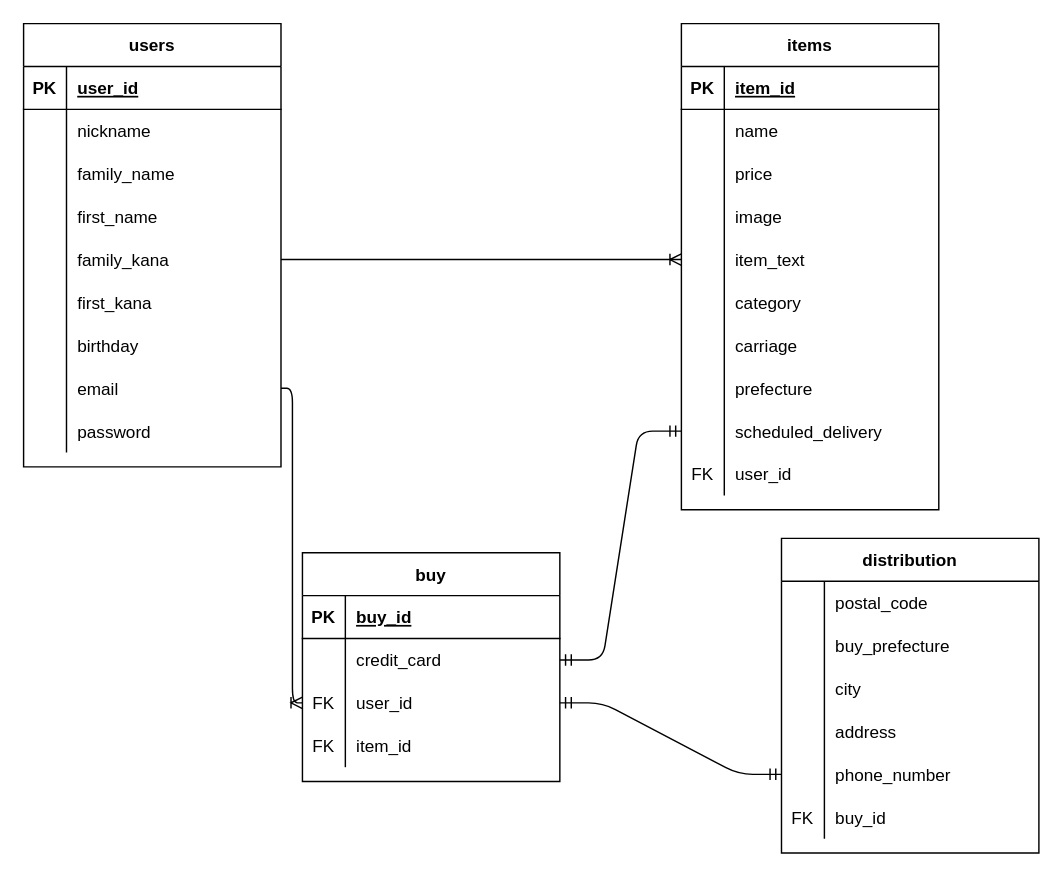
Before: ER.dio in oda2020-oiso/furima-33049, a draw.io diagram. Source tidied: cells renumbered, new cells numbered last; positions are measured from the earlier drawing's top-left corner, leaving out a move shared by most shapes. Both pictures are drawn from the tidied source at 143%, with x=0, y=0 at pixel (23, 23).
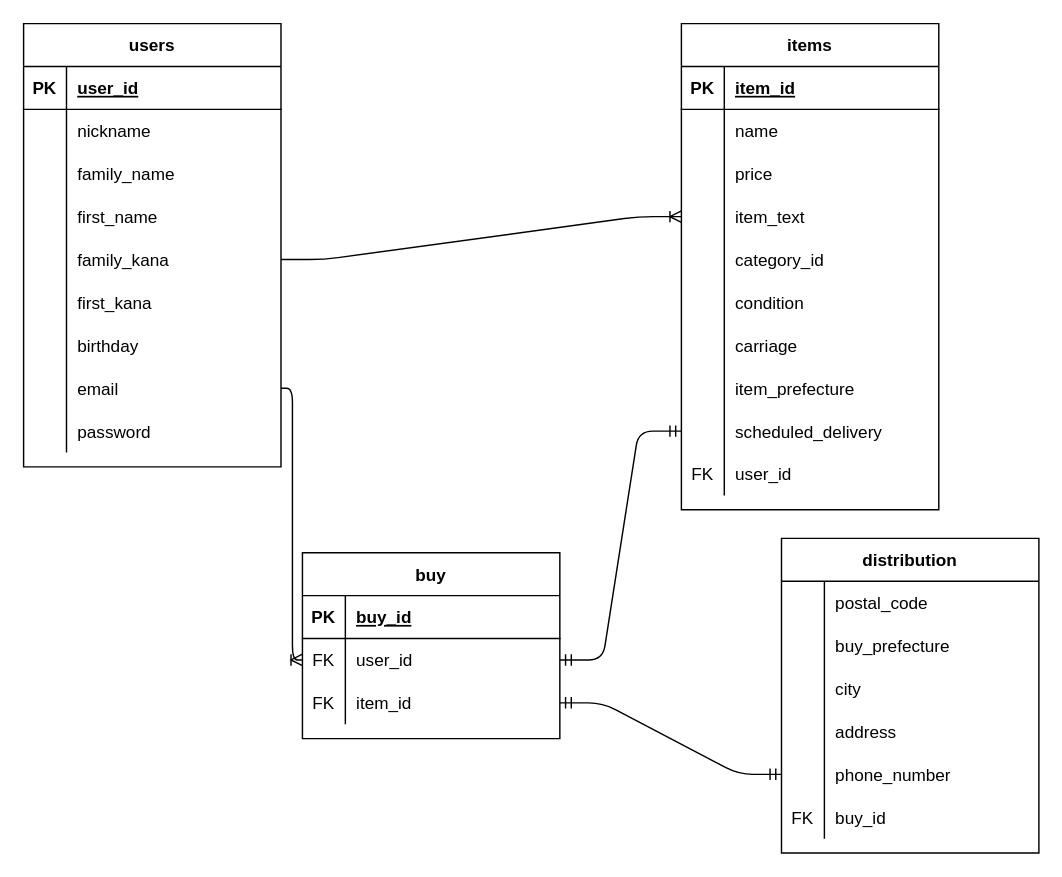
After the change.

Commit message (it also covers changes not shown here):
データベース設計修正

Unchanged cells that the change refers to:
```xml
<mxCell id="30" value="items" style="shape=table;startSize=30;childLayout=tableLayout;rowLines=0;fontStyle=1;align=center;" parent="1" vertex="1">
  <mxGeometry x="460" width="180" height="340" as="geometry" />
</mxCell>
<mxCell id="52" style="shape=partialRectangle;fillColor=none;top=0;left=0;bottom=0;right=0;" parent="30" vertex="1">
  <mxGeometry y="240" width="180" height="30" as="geometry" />
</mxCell>
<mxCell id="55" style="shape=partialRectangle;fillColor=none;top=0;left=0;bottom=0;right=0;points=[[0,0.5],[1,0.5]];portConstraint=eastwest;" parent="30" vertex="1">
  <mxGeometry y="270" width="180" height="30" as="geometry" />
</mxCell>
<mxCell id="88" style="shape=partialRectangle;fillColor=none;top=0;left=0;bottom=0;right=0;points=[[0,0.5],[1,0.5]];portConstraint=eastwest;" parent="75" vertex="1">
  <mxGeometry y="150" width="180" height="30" as="geometry" />
</mxCell>
```

Change to the diagram source:
```diff
@@
-    <mxCell id="40" style="shape=partialRectangle;fillColor=none;top=0;left=0;bottom=0;right=0;" parent="30" vertex="1">
-      <mxGeometry y="120" width="180" height="30" as="geometry" />
-    </mxCell>
-    <mxCell id="41" style="shape=partialRectangle;fillColor=none;top=0;left=0;bottom=0;right=0;overflow=hidden;" parent="40" vertex="1">
-      <mxGeometry width="30" height="30" as="geometry" />
-    </mxCell>
-    <mxCell id="42" value="image" style="shape=partialRectangle;fillColor=none;top=0;left=0;bottom=0;right=0;align=left;spacingLeft=6;overflow=hidden;" parent="40" vertex="1">
-      <mxGeometry x="30" width="150" height="30" as="geometry" />
-    </mxCell>
     <mxCell id="43" style="shape=partialRectangle;fillColor=none;top=0;left=0;bottom=0;right=0;points=[[0,0.5],[1,0.5]];portConstraint=eastwest;" parent="30" vertex="1">
-      <mxGeometry y="150" width="180" height="30" as="geometry" />
+      <mxGeometry y="120" width="180" height="30" as="geometry" />
     </mxCell>
@@
     <mxCell id="46" style="shape=partialRectangle;fillColor=none;top=0;left=0;bottom=0;right=0;" parent="30" vertex="1">
-      <mxGeometry y="180" width="180" height="30" as="geometry" />
+      <mxGeometry y="150" width="180" height="30" as="geometry" />
     </mxCell>
@@
-    <mxCell id="48" value="category" style="shape=partialRectangle;fillColor=none;top=0;left=0;bottom=0;right=0;align=left;spacingLeft=6;overflow=hidden;" parent="46" vertex="1">
+    <mxCell id="48" value="category_id" style="shape=partialRectangle;fillColor=none;top=0;left=0;bottom=0;right=0;align=left;spacingLeft=6;overflow=hidden;" parent="46" vertex="1">
       <mxGeometry x="30" width="150" height="30" as="geometry" />
     </mxCell>
+    <mxCell id="97" style="shape=partialRectangle;fillColor=none;top=0;left=0;bottom=0;right=0;" parent="30" vertex="1">
+      <mxGeometry y="180" width="180" height="30" as="geometry" />
+    </mxCell>
+    <mxCell id="98" style="shape=partialRectangle;fillColor=none;top=0;left=0;bottom=0;right=0;overflow=hidden;" parent="97" vertex="1">
+      <mxGeometry width="30" height="30" as="geometry" />
+    </mxCell>
+    <mxCell id="99" value="condition" style="shape=partialRectangle;fillColor=none;top=0;left=0;bottom=0;right=0;align=left;spacingLeft=6;overflow=hidden;" parent="97" vertex="1">
+      <mxGeometry x="30" width="150" height="30" as="geometry" />
+    </mxCell>
@@
-    <mxCell id="54" value="prefecture" style="shape=partialRectangle;fillColor=none;top=0;left=0;bottom=0;right=0;align=left;spacingLeft=6;overflow=hidden;" parent="52" vertex="1">
+    <mxCell id="54" value="item_prefecture" style="shape=partialRectangle;fillColor=none;top=0;left=0;bottom=0;right=0;align=left;spacingLeft=6;overflow=hidden;" parent="52" vertex="1">
       <mxGeometry x="30" width="150" height="30" as="geometry" />
     </mxCell>
@@
     <mxCell id="62" value="buy" style="shape=table;startSize=30;childLayout=tableLayout;rowLines=0;fontStyle=1;align=center;" parent="1" vertex="1">
-      <mxGeometry x="195" y="370" width="180" height="160" as="geometry" />
+      <mxGeometry x="195" y="370" width="180" height="130" as="geometry" />
     </mxCell>
@@
-    <mxCell id="66" style="shape=partialRectangle;fillColor=none;top=0;left=0;bottom=0;right=0;points=[[0,0.5],[1,0.5]];portConstraint=eastwest;" parent="62" vertex="1">
-      <mxGeometry y="60" width="180" height="30" as="geometry" />
-    </mxCell>
-    <mxCell id="67" style="shape=partialRectangle;fillColor=none;top=0;left=0;bottom=0;right=0;overflow=hidden;" parent="66" vertex="1">
-      <mxGeometry width="30" height="30" as="geometry" />
-    </mxCell>
-    <mxCell id="68" value="credit_card" style="shape=partialRectangle;fillColor=none;top=0;left=0;bottom=0;right=0;align=left;spacingLeft=6;overflow=hidden;" parent="66" vertex="1">
-      <mxGeometry x="30" width="150" height="30" as="geometry" />
-    </mxCell>
     <mxCell id="69" style="shape=partialRectangle;fillColor=none;top=0;left=0;bottom=0;right=0;points=[[0,0.5],[1,0.5]];portConstraint=eastwest;" parent="62" vertex="1">
-      <mxGeometry y="90" width="180" height="30" as="geometry" />
+      <mxGeometry y="60" width="180" height="30" as="geometry" />
     </mxCell>
@@
     <mxCell id="72" style="shape=partialRectangle;fillColor=none;top=0;left=0;bottom=0;right=0;points=[[0,0.5],[1,0.5]];portConstraint=eastwest;" parent="62" vertex="1">
-      <mxGeometry y="120" width="180" height="30" as="geometry" />
+      <mxGeometry y="90" width="180" height="30" as="geometry" />
     </mxCell>
@@
-    <mxCell id="94" style="edgeStyle=entityRelationEdgeStyle;fontSize=12;html=1;endArrow=ERmandOne;startArrow=ERmandOne;exitX=1;exitY=0.5;exitDx=0;exitDy=0;entryX=0;entryY=0.5;entryDx=0;entryDy=0;" parent="1" edge="1" source="66" target="55">
-      <mxGeometry relative="1" as="geometry" />
+    <mxCell id="94" style="edgeStyle=entityRelationEdgeStyle;fontSize=12;html=1;endArrow=ERmandOne;startArrow=ERmandOne;exitX=1;exitY=0.5;exitDx=0;exitDy=0;entryX=0;entryY=0.5;entryDx=0;entryDy=0;" parent="1" edge="1" target="55">
+      <mxGeometry relative="1" as="geometry">
+        <mxPoint x="375" y="445" as="sourcePoint" />
+      </mxGeometry>
     </mxCell>
-    <mxCell id="95" style="edgeStyle=entityRelationEdgeStyle;fontSize=12;html=1;endArrow=ERmandOne;startArrow=ERmandOne;entryX=0;entryY=0.5;entryDx=0;entryDy=0;exitX=1;exitY=0.5;exitDx=0;exitDy=0;" parent="1" edge="1" source="69" target="88">
+    <mxCell id="95" style="edgeStyle=entityRelationEdgeStyle;fontSize=12;html=1;endArrow=ERmandOne;startArrow=ERmandOne;entryX=0;entryY=0.5;entryDx=0;entryDy=0;exitX=1;exitY=0.5;exitDx=0;exitDy=0;" parent="1" edge="1" source="72" target="88">
       <mxGeometry relative="1" as="geometry" />
     </mxCell>
```
